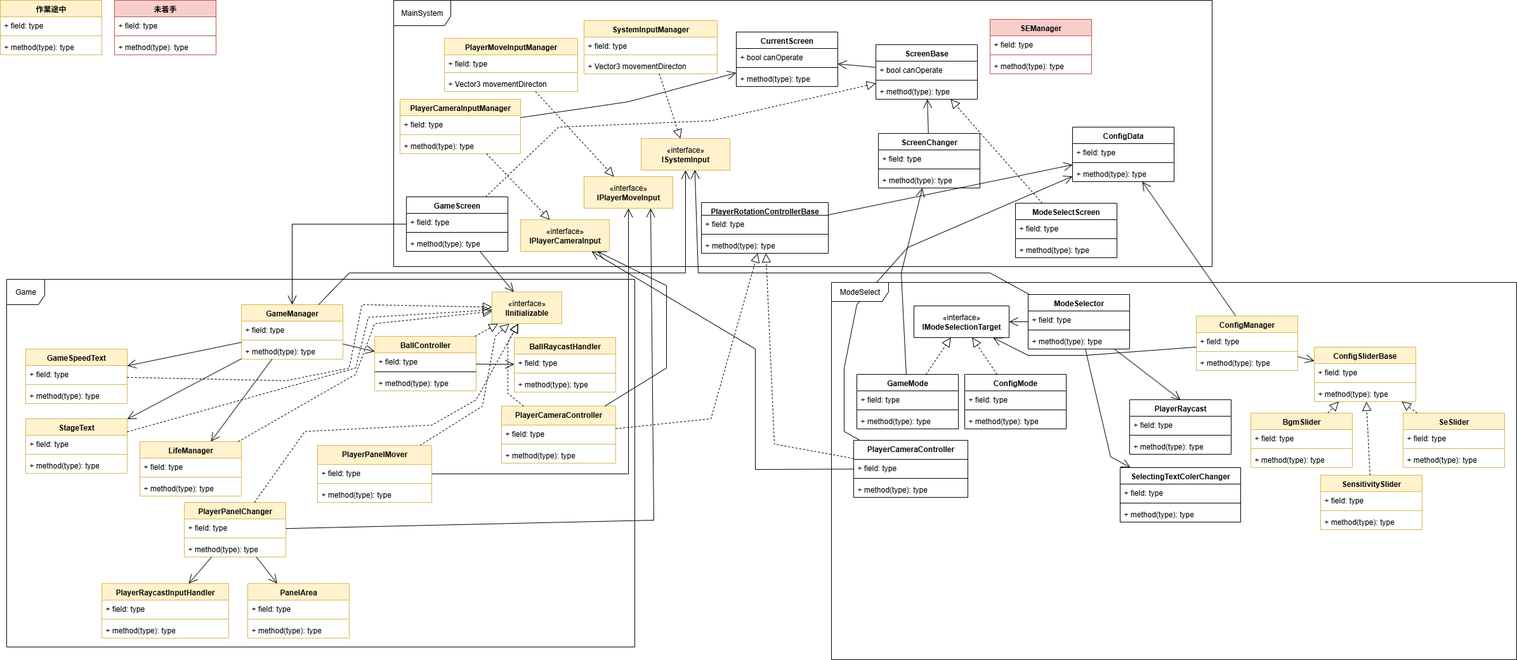
Before: BreakOut.drawio.png, a diagram exported from draw.io (UzukiAlto/3DBreakout). Source tidied: cells renumbered, new cells last; positions are measured from the earlier drawing's top-left corner, leaving out a move shared by most shapes.
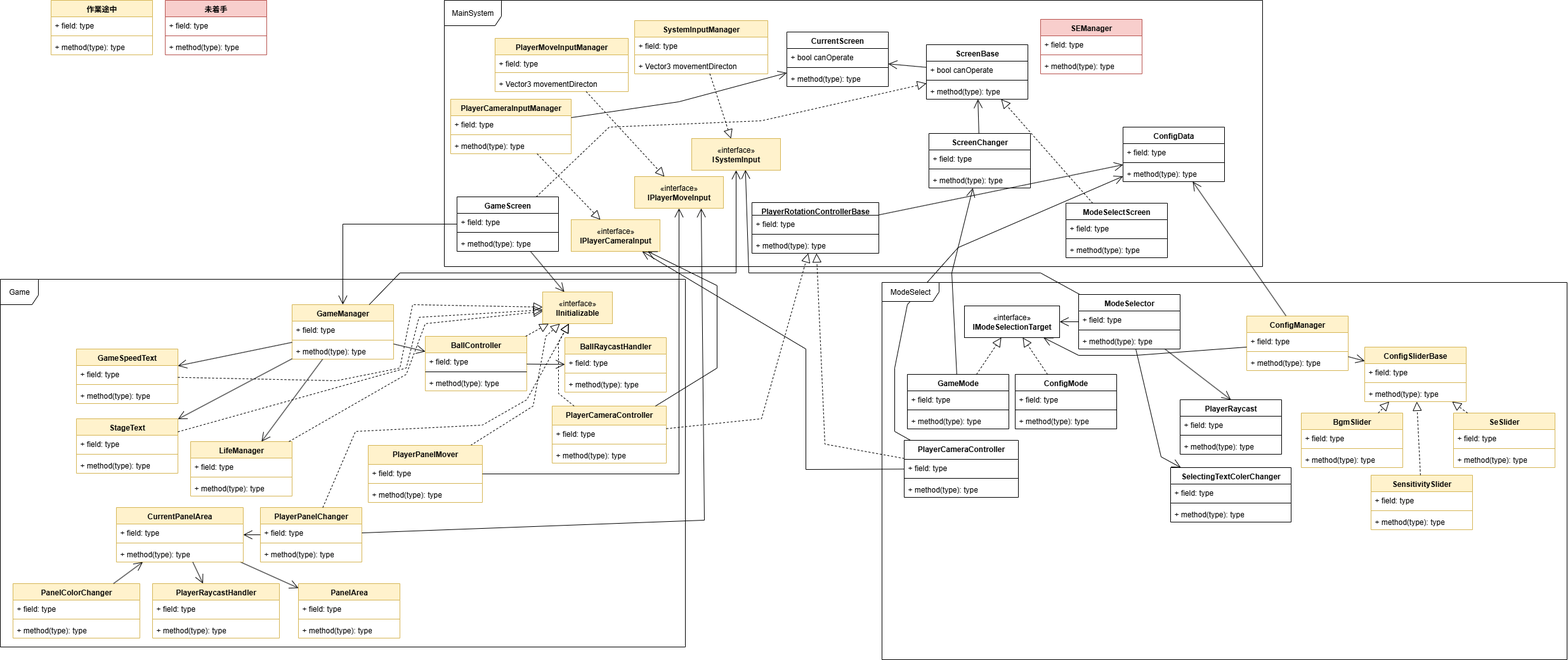
Later version of the same file.

Diff of the diagram source:
```diff
@@ -113,7 +113,7 @@
       </mxGeometry>
     </mxCell>
     <mxCell id="32" value="Game" style="shape=umlFrame;whiteSpace=wrap;html=1;width=60;height=40;" parent="1" vertex="1">
-      <mxGeometry x="10" y="440" width="990" height="580" as="geometry" />
+      <mxGeometry x="-80" y="440" width="1080" height="580" as="geometry" />
     </mxCell>
     <mxCell id="33" value="LifeManager" style="swimlane;fontStyle=1;align=center;verticalAlign=top;horizontal=1;startSize=26;whiteSpace=wrap;html=1;fillColor=#fff2cc;strokeColor=#d6b656;" parent="1" vertex="1">
       <mxGeometry x="220" y="696" width="160" height="86" as="geometry" />
@@ -309,7 +309,7 @@
       </mxGeometry>
     </mxCell>
     <mxCell id="88" value="PlayerPanelChanger" style="swimlane;fontStyle=1;align=center;verticalAlign=top;horizontal=1;startSize=26;whiteSpace=wrap;html=1;fillColor=#fff2cc;strokeColor=#d6b656;" parent="1" vertex="1">
-      <mxGeometry x="290" y="792" width="160" height="86" as="geometry" />
+      <mxGeometry x="330" y="800" width="160" height="86" as="geometry" />
     </mxCell>
     <mxCell id="89" value="+ field: type" style="text;strokeColor=none;fillColor=none;align=left;verticalAlign=top;spacingLeft=4;spacingRight=4;overflow=hidden;whiteSpace=wrap;html=1;" parent="88" vertex="1">
       <mxGeometry y="26" width="160" height="26" as="geometry" />
@@ -327,7 +327,7 @@
         </Array>
       </mxGeometry>
     </mxCell>
-    <mxCell id="93" value="PlayerRaycastInputHandler" style="swimlane;fontStyle=1;align=center;verticalAlign=top;horizontal=1;startSize=26;whiteSpace=wrap;html=1;fillColor=#fff2cc;strokeColor=#d6b656;" parent="1" vertex="1">
+    <mxCell id="93" value="PlayerRaycastHandler" style="swimlane;fontStyle=1;align=center;verticalAlign=top;horizontal=1;startSize=26;whiteSpace=wrap;html=1;fillColor=#fff2cc;strokeColor=#d6b656;" parent="1" vertex="1">
       <mxGeometry x="160" y="920" width="200" height="86" as="geometry" />
     </mxCell>
     <mxCell id="94" value="+ field: type" style="text;strokeColor=none;fillColor=none;align=left;verticalAlign=top;spacingLeft=4;spacingRight=4;overflow=hidden;whiteSpace=wrap;html=1;" parent="93" vertex="1">
@@ -339,7 +339,7 @@
     <mxCell id="96" value="+ method(type): type" style="text;strokeColor=none;fillColor=none;align=left;verticalAlign=top;spacingLeft=4;spacingRight=4;overflow=hidden;whiteSpace=wrap;html=1;" parent="93" vertex="1">
       <mxGeometry y="60" width="200" height="26" as="geometry" />
     </mxCell>
-    <mxCell id="97" style="endArrow=open;endFill=1;endSize=12;html=1;rounded=0;" parent="1" edge="1" source="88" target="93">
+    <mxCell id="97" style="endArrow=open;endFill=1;endSize=12;html=1;rounded=0;" parent="1" edge="1" source="88" target="196">
       <mxGeometry relative="1" as="geometry" />
     </mxCell>
     <mxCell id="98" style="endArrow=block;dashed=1;endFill=0;endSize=12;html=1;rounded=0;" parent="1" edge="1" source="88" target="65">
@@ -682,8 +682,38 @@
     <mxCell id="194" value="+ method(type): type" style="text;strokeColor=none;fillColor=none;align=left;verticalAlign=top;spacingLeft=4;spacingRight=4;overflow=hidden;whiteSpace=wrap;html=1;" parent="191" vertex="1">
       <mxGeometry y="60" width="160" height="26" as="geometry" />
     </mxCell>
-    <mxCell id="195" style="endArrow=open;endFill=1;endSize=12;html=1;rounded=0;" parent="1" edge="1" source="88" target="191">
+    <mxCell id="195" style="endArrow=open;endFill=1;endSize=12;html=1;rounded=0;" parent="1" edge="1" source="196" target="191">
       <mxGeometry relative="1" as="geometry" />
     </mxCell>
+    <mxCell id="196" value="CurrentPanelArea&lt;div&gt;&lt;br&gt;&lt;/div&gt;" style="swimlane;fontStyle=1;align=center;verticalAlign=top;horizontal=1;startSize=26;whiteSpace=wrap;html=1;fillColor=#fff2cc;strokeColor=#d6b656;" parent="1" vertex="1">
+      <mxGeometry x="103" y="800" width="200" height="86" as="geometry" />
+    </mxCell>
+    <mxCell id="197" value="+ field: type" style="text;strokeColor=none;fillColor=none;align=left;verticalAlign=top;spacingLeft=4;spacingRight=4;overflow=hidden;whiteSpace=wrap;html=1;" parent="196" vertex="1">
+      <mxGeometry y="26" width="200" height="26" as="geometry" />
+    </mxCell>
+    <mxCell id="198" style="line;strokeWidth=1;fillColor=none;align=left;verticalAlign=middle;spacingTop=-1;spacingLeft=3;spacingRight=3;labelPosition=right;strokeColor=inherit;" parent="196" vertex="1">
+      <mxGeometry y="52" width="200" height="8" as="geometry" />
+    </mxCell>
+    <mxCell id="199" value="+ method(type): type" style="text;strokeColor=none;fillColor=none;align=left;verticalAlign=top;spacingLeft=4;spacingRight=4;overflow=hidden;whiteSpace=wrap;html=1;" parent="196" vertex="1">
+      <mxGeometry y="60" width="200" height="26" as="geometry" />
+    </mxCell>
+    <mxCell id="200" style="endArrow=open;endFill=1;endSize=12;html=1;rounded=0;" parent="1" edge="1" source="196" target="93">
+      <mxGeometry relative="1" as="geometry" />
+    </mxCell>
+    <mxCell id="201" value="PanelColorChanger" style="swimlane;fontStyle=1;align=center;verticalAlign=top;horizontal=1;startSize=26;whiteSpace=wrap;html=1;fillColor=#fff2cc;strokeColor=#d6b656;" parent="1" vertex="1">
+      <mxGeometry x="-60" y="920" width="200" height="86" as="geometry" />
+    </mxCell>
+    <mxCell id="202" value="+ field: type" style="text;strokeColor=none;fillColor=none;align=left;verticalAlign=top;spacingLeft=4;spacingRight=4;overflow=hidden;whiteSpace=wrap;html=1;" parent="201" vertex="1">
+      <mxGeometry y="26" width="200" height="26" as="geometry" />
+    </mxCell>
+    <mxCell id="203" style="line;strokeWidth=1;fillColor=none;align=left;verticalAlign=middle;spacingTop=-1;spacingLeft=3;spacingRight=3;labelPosition=right;strokeColor=inherit;" parent="201" vertex="1">
+      <mxGeometry y="52" width="200" height="8" as="geometry" />
+    </mxCell>
+    <mxCell id="204" value="+ method(type): type" style="text;strokeColor=none;fillColor=none;align=left;verticalAlign=top;spacingLeft=4;spacingRight=4;overflow=hidden;whiteSpace=wrap;html=1;" parent="201" vertex="1">
+      <mxGeometry y="60" width="200" height="26" as="geometry" />
+    </mxCell>
+    <mxCell id="205" style="endArrow=open;endFill=1;endSize=12;html=1;rounded=0;" parent="1" edge="1" source="201" target="196">
+      <mxGeometry relative="1" as="geometry" />
+    </mxCell>
   </root>
 </mxGraphModel>
```
